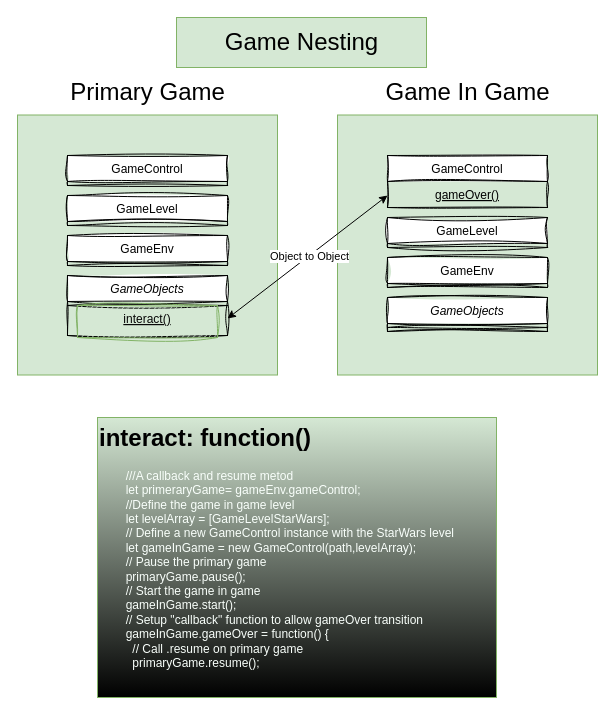
xinjiav2/NileBrownGameTest keeps this draw.io diagram as design/portfolioDrawio/gameInGame.drawio. Above is the earlier version. Source tidied: cells renumbered, new cells numbered last; positions are measured from the earlier drawing's top-left corner, leaving out a move shared by most shapes. Both pictures are drawn from the tidied source at 100%, with x=0, y=0 at pixel (17, 17).
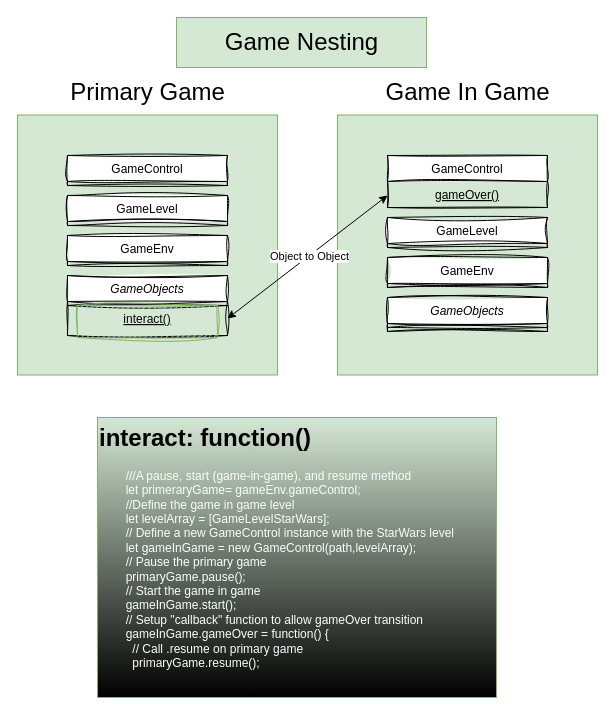
Above is the later version.

What changed in the source:
```diff
@@
-    <mxCell id="19" value="&lt;h1 style=&quot;margin-top: 0px;&quot;&gt;interact: function()&lt;/h1&gt;&lt;div&gt;&lt;div&gt;&lt;font style=&quot;color: rgb(249, 255, 251);&quot;&gt;&lt;span style=&quot;background-color: transparent;&quot;&gt;&amp;nbsp; &amp;nbsp; &amp;nbsp; &amp;nbsp; ///A callback and resume metod&lt;/span&gt;&lt;/font&gt;&lt;/div&gt;&lt;div&gt;&lt;font style=&quot;color: rgb(249, 255, 251);&quot;&gt;&amp;nbsp; &amp;nbsp; &amp;nbsp; &amp;nbsp; let primeraryGame= gameEnv.gameControl;&lt;/font&gt;&lt;/div&gt;&lt;div&gt;&lt;font style=&quot;color: rgb(249, 255, 251);&quot;&gt;&lt;span style=&quot;white-space: pre;&quot;&gt;&#9;&lt;/span&gt;//Define the game in game level&lt;/font&gt;&lt;/div&gt;&lt;div&gt;&lt;font style=&quot;color: rgb(249, 255, 251);&quot;&gt;&amp;nbsp; &amp;nbsp; &amp;nbsp; &amp;nbsp; let levelArray = [GameLevelStarWars];&lt;/font&gt;&lt;/div&gt;&lt;div&gt;&lt;font style=&quot;color: rgb(249, 255, 251);&quot;&gt;&amp;nbsp; &amp;nbsp; &amp;nbsp; &amp;nbsp; // Define a new GameControl instance with the StarWars level&lt;/font&gt;&lt;/div&gt;&lt;div&gt;&lt;font style=&quot;color: rgb(249, 255, 251);&quot;&gt;&amp;nbsp; &amp;nbsp; &amp;nbsp; &amp;nbsp; let gameInGame = new GameControl(path,levelArray);&lt;/font&gt;&lt;/div&gt;&lt;div&gt;&lt;font style=&quot;color: rgb(249, 255, 251);&quot;&gt;&amp;nbsp; &amp;nbsp; &amp;nbsp; &amp;nbsp; // Pause the primary game&amp;nbsp;&lt;/font&gt;&lt;/div&gt;&lt;div&gt;&lt;font style=&quot;color: rgb(249, 255, 251);&quot;&gt;&amp;nbsp; &amp;nbsp; &amp;nbsp; &amp;nbsp; primaryGame.pause();&lt;/font&gt;&lt;/div&gt;&lt;div&gt;&lt;font style=&quot;color: rgb(249, 255, 251);&quot;&gt;&amp;nbsp; &amp;nbsp; &amp;nbsp; &amp;nbsp; // Start the game in game&lt;/font&gt;&lt;/div&gt;&lt;div&gt;&lt;font style=&quot;color: rgb(249, 255, 251);&quot;&gt;&amp;nbsp; &amp;nbsp; &amp;nbsp; &amp;nbsp; gameInGame.start();&lt;/font&gt;&lt;/div&gt;&lt;div&gt;&lt;font style=&quot;color: rgb(249, 255, 251);&quot;&gt;&amp;nbsp; &amp;nbsp; &amp;nbsp; &amp;nbsp; // Setup &quot;callback&quot; function to allow gameOver transition&lt;/font&gt;&lt;/div&gt;&lt;div&gt;&lt;font style=&quot;color: rgb(249, 255, 251);&quot;&gt;&amp;nbsp; &amp;nbsp; &amp;nbsp; &amp;nbsp; gameInGame.gameOver = function() {&lt;/font&gt;&lt;/div&gt;&lt;div&gt;&lt;font style=&quot;color: rgb(249, 255, 251);&quot;&gt;&amp;nbsp; &amp;nbsp; &amp;nbsp; &amp;nbsp; &amp;nbsp; // Call .resume on primary game&lt;/font&gt;&lt;/div&gt;&lt;div&gt;&lt;font style=&quot;color: rgb(249, 255, 251);&quot;&gt;&amp;nbsp; &amp;nbsp; &amp;nbsp; &amp;nbsp; &amp;nbsp; primaryGame.resume();&lt;/font&gt;&lt;/div&gt;&lt;/div&gt;&lt;div&gt;&lt;br&gt;&lt;/div&gt;" style="text;html=1;whiteSpace=wrap;overflow=hidden;rounded=0;fillColor=#d5e8d4;strokeColor=#82b366;gradientColor=default;" parent="1" vertex="1">
+    <mxCell id="19" value="&lt;h1 style=&quot;margin-top: 0px;&quot;&gt;interact: function()&lt;/h1&gt;&lt;div&gt;&lt;div&gt;&lt;font style=&quot;color: rgb(249, 255, 251);&quot;&gt;&lt;span style=&quot;background-color: transparent;&quot;&gt;&amp;nbsp; &amp;nbsp; &amp;nbsp; &amp;nbsp; ///A pause, start (game-in-game), and resume method&lt;/span&gt;&lt;/font&gt;&lt;/div&gt;&lt;div&gt;&lt;font style=&quot;color: rgb(249, 255, 251);&quot;&gt;&amp;nbsp; &amp;nbsp; &amp;nbsp; &amp;nbsp; let primeraryGame= gameEnv.gameControl;&lt;/font&gt;&lt;/div&gt;&lt;div&gt;&lt;font style=&quot;color: rgb(249, 255, 251);&quot;&gt;&lt;span style=&quot;white-space: pre;&quot;&gt;&#9;&lt;/span&gt;//Define the game in game level&lt;/font&gt;&lt;/div&gt;&lt;div&gt;&lt;font style=&quot;color: rgb(249, 255, 251);&quot;&gt;&amp;nbsp; &amp;nbsp; &amp;nbsp; &amp;nbsp; let levelArray = [GameLevelStarWars];&lt;/font&gt;&lt;/div&gt;&lt;div&gt;&lt;font style=&quot;color: rgb(249, 255, 251);&quot;&gt;&amp;nbsp; &amp;nbsp; &amp;nbsp; &amp;nbsp; // Define a new GameControl instance with the StarWars level&lt;/font&gt;&lt;/div&gt;&lt;div&gt;&lt;font style=&quot;color: rgb(249, 255, 251);&quot;&gt;&amp;nbsp; &amp;nbsp; &amp;nbsp; &amp;nbsp; let gameInGame = new GameControl(path,levelArray);&lt;/font&gt;&lt;/div&gt;&lt;div&gt;&lt;font style=&quot;color: rgb(249, 255, 251);&quot;&gt;&amp;nbsp; &amp;nbsp; &amp;nbsp; &amp;nbsp; // Pause the primary game&amp;nbsp;&lt;/font&gt;&lt;/div&gt;&lt;div&gt;&lt;font style=&quot;color: rgb(249, 255, 251);&quot;&gt;&amp;nbsp; &amp;nbsp; &amp;nbsp; &amp;nbsp; primaryGame.pause();&lt;/font&gt;&lt;/div&gt;&lt;div&gt;&lt;font style=&quot;color: rgb(249, 255, 251);&quot;&gt;&amp;nbsp; &amp;nbsp; &amp;nbsp; &amp;nbsp; // Start the game in game&lt;/font&gt;&lt;/div&gt;&lt;div&gt;&lt;font style=&quot;color: rgb(249, 255, 251);&quot;&gt;&amp;nbsp; &amp;nbsp; &amp;nbsp; &amp;nbsp; gameInGame.start();&lt;/font&gt;&lt;/div&gt;&lt;div&gt;&lt;font style=&quot;color: rgb(249, 255, 251);&quot;&gt;&amp;nbsp; &amp;nbsp; &amp;nbsp; &amp;nbsp; // Setup &quot;callback&quot; function to allow gameOver transition&lt;/font&gt;&lt;/div&gt;&lt;div&gt;&lt;font style=&quot;color: rgb(249, 255, 251);&quot;&gt;&amp;nbsp; &amp;nbsp; &amp;nbsp; &amp;nbsp; gameInGame.gameOver = function() {&lt;/font&gt;&lt;/div&gt;&lt;div&gt;&lt;font style=&quot;color: rgb(249, 255, 251);&quot;&gt;&amp;nbsp; &amp;nbsp; &amp;nbsp; &amp;nbsp; &amp;nbsp; // Call .resume on primary game&lt;/font&gt;&lt;/div&gt;&lt;div&gt;&lt;font style=&quot;color: rgb(249, 255, 251);&quot;&gt;&amp;nbsp; &amp;nbsp; &amp;nbsp; &amp;nbsp; &amp;nbsp; primaryGame.resume();&lt;/font&gt;&lt;/div&gt;&lt;/div&gt;&lt;div&gt;&lt;br&gt;&lt;/div&gt;" style="text;html=1;whiteSpace=wrap;overflow=hidden;rounded=0;fillColor=#d5e8d4;strokeColor=#82b366;gradientColor=default;" parent="1" vertex="1">
       <mxGeometry x="80" y="400" width="399" height="280" as="geometry" />
     </mxCell>
```
